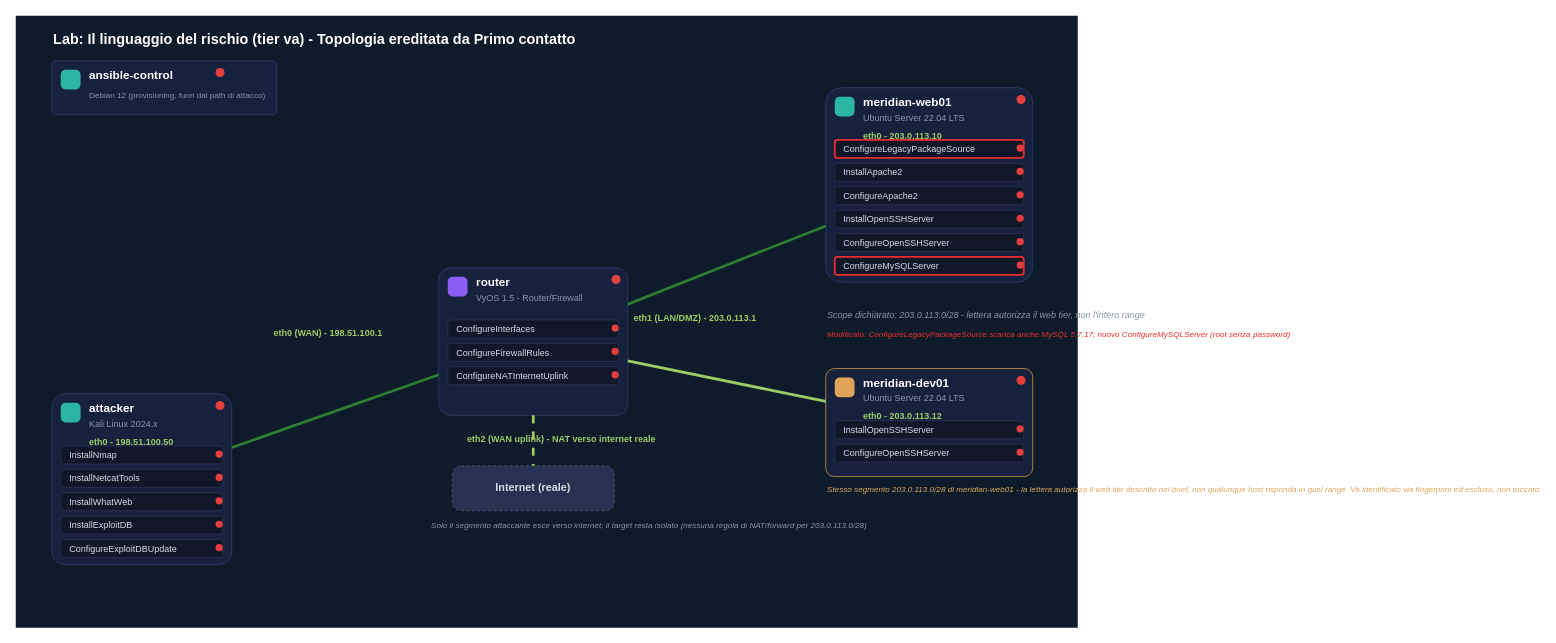
Above: docs/labs/risk-language/risk-language-topology.drawio in leoleo1010/CPPT (draw.io), before the change. Source tidied: cells renumbered, new cells numbered last; positions are measured from the earlier drawing's top-left corner, leaving out a move shared by most shapes. Both pictures are drawn from the tidied source at 90%, with x=0, y=0 at pixel (15, 15).
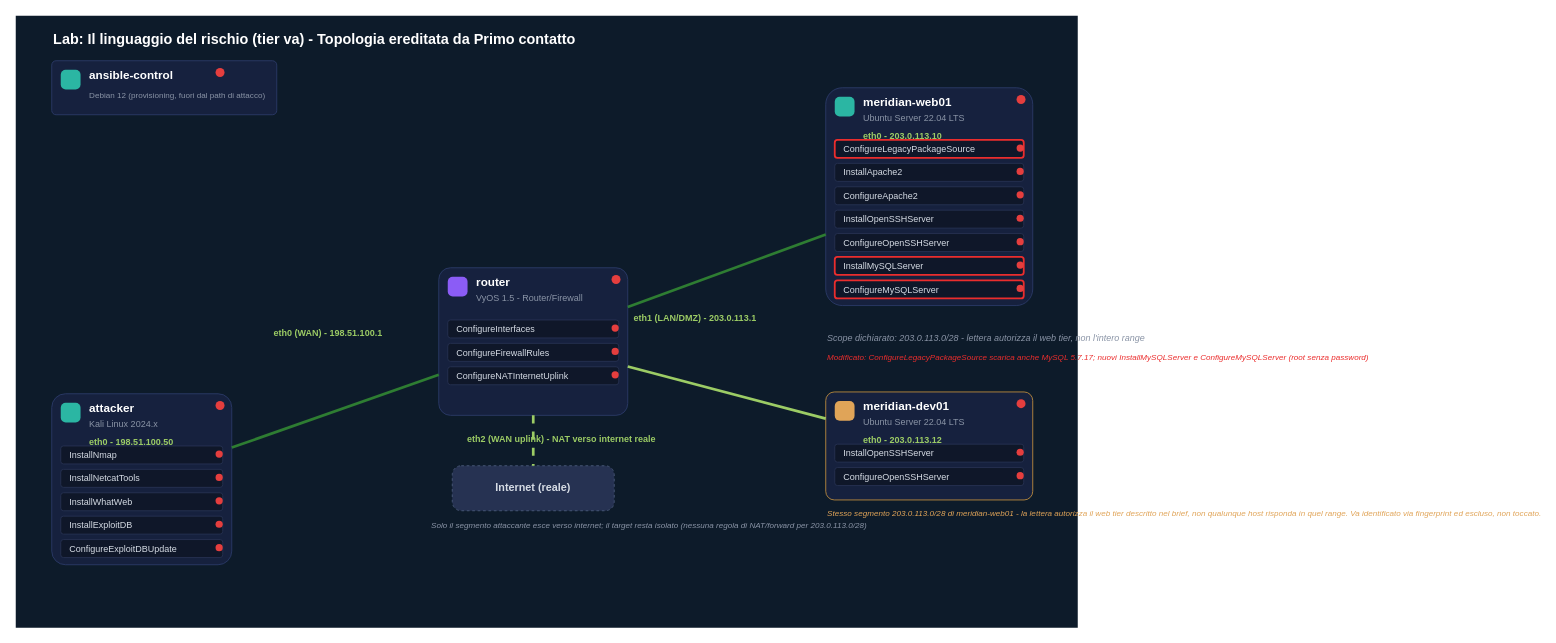
The same diagram, later.

Commit message (it also covers changes not shown here):
Add the missing InstallMySQLServer step to risk-language's diagram

What changed in the source:
```diff
@@
     <mxCell id="36" style="rounded=1;arcSize=8;whiteSpace=wrap;html=1;fillColor=#16213E;strokeColor=#2B3A67;" parent="1" vertex="1">
-      <mxGeometry x="900" y="80" width="230" height="216" as="geometry" />
+      <mxGeometry x="900" y="80" width="230" height="242" as="geometry" />
     </mxCell>
@@
+    <mxCell id="76" value="InstallMySQLServer" style="rounded=1;arcSize=15;whiteSpace=wrap;html=1;fillColor=#0F1729;strokeColor=#EB2D2D;strokeWidth=2;fontColor=#D6DCE5;fontSize=10;align=left;spacingLeft=8;" parent="1" vertex="1">
+      <mxGeometry x="910" y="268" width="210" height="20" as="geometry" />
+    </mxCell>
+    <mxCell id="77" style="ellipse;whiteSpace=wrap;html=1;fillColor=#E53E3E;strokeColor=none;" parent="1" vertex="1">
+      <mxGeometry x="1112" y="273" width="8" height="8" as="geometry" />
+    </mxCell>
     <mxCell id="51" value="ConfigureMySQLServer" style="rounded=1;arcSize=15;whiteSpace=wrap;html=1;fillColor=#0F1729;strokeColor=#EB2D2D;strokeWidth=2;fontColor=#D6DCE5;fontSize=10;align=left;spacingLeft=8;" parent="1" vertex="1">
-      <mxGeometry x="910" y="268" width="210" height="20" as="geometry" />
+      <mxGeometry x="910" y="294" width="210" height="20" as="geometry" />
     </mxCell>
     <mxCell id="52" style="ellipse;whiteSpace=wrap;html=1;fillColor=#E53E3E;strokeColor=none;" parent="1" vertex="1">
-      <mxGeometry x="1112" y="273" width="8" height="8" as="geometry" />
+      <mxGeometry x="1112" y="299" width="8" height="8" as="geometry" />
     </mxCell>
@@
     <mxCell id="59" value="Scope dichiarato: 203.0.113.0/28 - lettera autorizza il web tier, non l'intero range" style="text;html=1;fontSize=10;fontColor=#8A94A6;fontStyle=2;" parent="1" vertex="1">
-      <mxGeometry x="900" y="320" width="320" height="18" as="geometry" />
+      <mxGeometry x="900" y="346" width="320" height="18" as="geometry" />
     </mxCell>
-    <mxCell id="60" value="Modificato: ConfigureLegacyPackageSource scarica anche MySQL 5.7.17; nuovo ConfigureMySQLServer (root senza password)" style="text;html=1;fontSize=9;fontColor=#EB2D2D;fontStyle=2;" parent="1" vertex="1">
-      <mxGeometry x="900" y="342" width="260" height="40" as="geometry" />
+    <mxCell id="60" value="Modificato: ConfigureLegacyPackageSource scarica anche MySQL 5.7.17; nuovi InstallMySQLServer e ConfigureMySQLServer (root senza password)" style="text;html=1;fontSize=9;fontColor=#EB2D2D;fontStyle=2;" parent="1" vertex="1">
+      <mxGeometry x="900" y="368" width="260" height="40" as="geometry" />
     </mxCell>
@@
     <mxCell id="64" style="rounded=1;arcSize=8;whiteSpace=wrap;html=1;fillColor=#16213E;strokeColor=#B98B3E;" parent="1" vertex="1">
-      <mxGeometry x="900" y="392" width="230" height="120" as="geometry" />
+      <mxGeometry x="900" y="418" width="230" height="120" as="geometry" />
     </mxCell>
     <mxCell id="65" style="rounded=1;arcSize=25;whiteSpace=wrap;html=1;fillColor=#E0A458;strokeColor=none;" parent="1" vertex="1">
-      <mxGeometry x="910" y="402" width="22" height="22" as="geometry" />
+      <mxGeometry x="910" y="428" width="22" height="22" as="geometry" />
     </mxCell>
     <mxCell id="66" style="ellipse;whiteSpace=wrap;html=1;fillColor=#E53E3E;strokeColor=none;" parent="1" vertex="1">
-      <mxGeometry x="1112" y="400" width="10" height="10" as="geometry" />
+      <mxGeometry x="1112" y="426" width="10" height="10" as="geometry" />
     </mxCell>
     <mxCell id="67" value="meridian-dev01" style="text;html=1;fontSize=13;fontStyle=1;fontColor=#FFFFFF;align=left;verticalAlign=middle;" parent="1" vertex="1">
-      <mxGeometry x="940" y="400" width="170" height="16" as="geometry" />
+      <mxGeometry x="940" y="426" width="170" height="16" as="geometry" />
     </mxCell>
     <mxCell id="68" value="Ubuntu Server 22.04 LTS" style="text;html=1;fontSize=10;fontColor=#8A94A6;align=left;verticalAlign=middle;" parent="1" vertex="1">
-      <mxGeometry x="940" y="418" width="170" height="14" as="geometry" />
+      <mxGeometry x="940" y="444" width="170" height="14" as="geometry" />
     </mxCell>
     <mxCell id="69" value="InstallOpenSSHServer" style="rounded=1;arcSize=15;whiteSpace=wrap;html=1;fillColor=#0F1729;strokeColor=#263252;fontColor=#D6DCE5;fontSize=10;align=left;spacingLeft=8;" parent="1" vertex="1">
-      <mxGeometry x="910" y="450" width="210" height="20" as="geometry" />
+      <mxGeometry x="910" y="476" width="210" height="20" as="geometry" />
     </mxCell>
     <mxCell id="70" style="ellipse;whiteSpace=wrap;html=1;fillColor=#E53E3E;strokeColor=none;" parent="1" vertex="1">
-      <mxGeometry x="1112" y="455" width="8" height="8" as="geometry" />
+      <mxGeometry x="1112" y="481" width="8" height="8" as="geometry" />
     </mxCell>
     <mxCell id="71" value="ConfigureOpenSSHServer" style="rounded=1;arcSize=15;whiteSpace=wrap;html=1;fillColor=#0F1729;strokeColor=#263252;fontColor=#D6DCE5;fontSize=10;align=left;spacingLeft=8;" parent="1" vertex="1">
-      <mxGeometry x="910" y="476" width="210" height="20" as="geometry" />
+      <mxGeometry x="910" y="502" width="210" height="20" as="geometry" />
     </mxCell>
     <mxCell id="72" style="ellipse;whiteSpace=wrap;html=1;fillColor=#E53E3E;strokeColor=none;" parent="1" vertex="1">
-      <mxGeometry x="1112" y="481" width="8" height="8" as="geometry" />
+      <mxGeometry x="1112" y="507" width="8" height="8" as="geometry" />
     </mxCell>
@@
     <mxCell id="74" value="eth0 - 203.0.113.12" style="text;html=1;fontSize=10;fontColor=#9CCC65;fontStyle=1;" parent="1" vertex="1">
-      <mxGeometry x="940" y="433" width="170" height="14" as="geometry" />
+      <mxGeometry x="940" y="459" width="170" height="14" as="geometry" />
     </mxCell>
     <mxCell id="75" value="Stesso segmento 203.0.113.0/28 di meridian-web01 - la lettera autorizza il web tier descritto nel brief, non qualunque host risponda in quel range. Va identificato via fingerprint ed escluso, non toccato." style="text;html=1;fontSize=9;fontColor=#E0A458;fontStyle=2;" parent="1" vertex="1">
-      <mxGeometry x="900" y="515" width="230" height="50" as="geometry" />
+      <mxGeometry x="900" y="541" width="230" height="50" as="geometry" />
     </mxCell>
```
